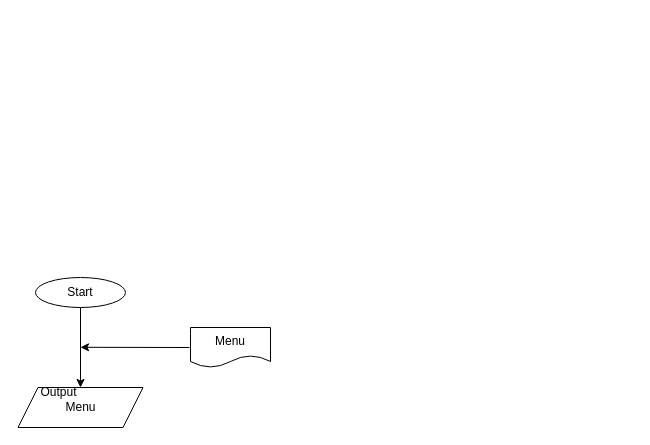
The draw.io diagram page "Page-2" (2 of 2) of Submission/sec02/Tupperware/classDiagram.drawio in jjn7702/SECJ2013-DSA, before the edit. Source tidied: cells renumbered, new cells numbered last; positions are measured from the earlier drawing's top-left corner, leaving out a move shared by most shapes. Both pictures are drawn from the tidied source at 100%, with x=0, y=0 at pixel (17, 277).
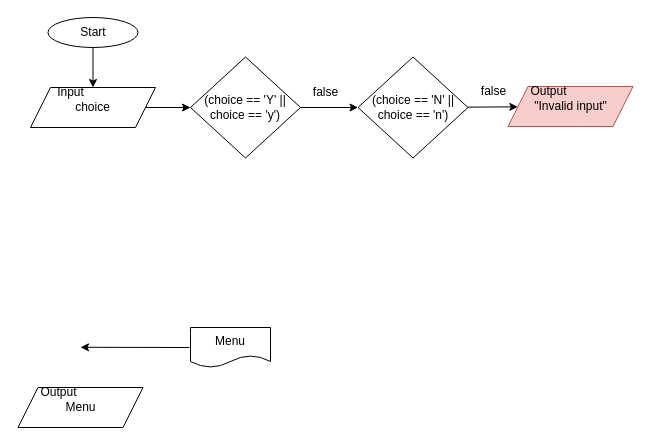
After the change.

Unchanged cells that the change refers to:
```xml
<mxCell id="5" value="Menu" style="shape=parallelogram;perimeter=parallelogramPerimeter;whiteSpace=wrap;html=1;fixedSize=1;fontColor=#000000;" parent="4" vertex="1">
  <mxGeometry y="10" width="125" height="40" as="geometry" />
</mxCell>
```

What changed in the source:
```diff
@@
-    <mxCell id="2" style="edgeStyle=none;html=1;exitX=0.5;exitY=1;exitDx=0;exitDy=0;fontColor=#000000;" parent="1" edge="1" source="3" target="5">
+    <mxCell id="2" style="edgeStyle=none;html=1;exitX=0.5;exitY=1;exitDx=0;exitDy=0;fontColor=#000000;" parent="1" edge="1" source="3" target="10">
       <mxGeometry relative="1" as="geometry" />
     </mxCell>
     <mxCell id="3" value="Start" style="ellipse;whiteSpace=wrap;html=1;fontColor=#000000;" parent="1" vertex="1">
-      <mxGeometry x="18" width="90" height="30" as="geometry" />
+      <mxGeometry x="30.5" y="-260" width="90" height="30" as="geometry" />
     </mxCell>
@@
+    <mxCell id="9" style="group;" parent="1" vertex="1">
+      <mxGeometry x="13" y="-200" width="125" height="50" as="geometry" />
+    </mxCell>
+    <mxCell id="10" value="choice" style="shape=parallelogram;perimeter=parallelogramPerimeter;whiteSpace=wrap;html=1;fixedSize=1;fontColor=#000000;" parent="9" vertex="1">
+      <mxGeometry y="10" width="125" height="40" as="geometry" />
+    </mxCell>
+    <mxCell id="11" value="Input" style="text;html=1;align=center;verticalAlign=middle;strokeColor=none;fillColor=none;fontColor=#000000;" parent="9" vertex="1">
+      <mxGeometry x="15" width="50" height="30" as="geometry" />
+    </mxCell>
+    <mxCell id="12" style="edgeStyle=none;html=1;fontColor=#000000;" parent="1" edge="1" source="13" target="16">
+      <mxGeometry relative="1" as="geometry" />
+    </mxCell>
+    <mxCell id="13" value="(choice == 'Y' || choice == 'y')" style="rhombus;whiteSpace=wrap;html=1;fontColor=#000000;" parent="1" vertex="1">
+      <mxGeometry x="173" y="-220.5" width="110" height="101" as="geometry" />
+    </mxCell>
+    <mxCell id="14" style="edgeStyle=none;html=1;fontColor=#000000;" parent="1" edge="1" source="10" target="13">
+      <mxGeometry relative="1" as="geometry" />
+    </mxCell>
+    <mxCell id="15" style="edgeStyle=none;html=1;fontColor=#000000;" parent="1" edge="1" source="16" target="19">
+      <mxGeometry relative="1" as="geometry" />
+    </mxCell>
+    <mxCell id="16" value="(choice == 'N' || choice == 'n')" style="rhombus;whiteSpace=wrap;html=1;fontColor=#000000;" parent="1" vertex="1">
+      <mxGeometry x="340.5" y="-220.5" width="110" height="101" as="geometry" />
+    </mxCell>
+    <mxCell id="17" value="false" style="text;html=1;align=center;verticalAlign=middle;strokeColor=none;fillColor=none;fontColor=#000000;" parent="1" vertex="1">
+      <mxGeometry x="283" y="-200" width="50" height="30" as="geometry" />
+    </mxCell>
+    <mxCell id="18" style="group;" parent="1" vertex="1">
+      <mxGeometry x="490.5" y="-201" width="125" height="50" as="geometry" />
+    </mxCell>
+    <mxCell id="19" value="&quot;Invalid input&quot;" style="shape=parallelogram;perimeter=parallelogramPerimeter;whiteSpace=wrap;html=1;fixedSize=1;fillColor=#f8cecc;strokeColor=#b85450;" parent="18" vertex="1">
+      <mxGeometry y="10" width="125" height="40" as="geometry" />
+    </mxCell>
+    <mxCell id="20" value="Output" style="text;html=1;align=center;verticalAlign=middle;strokeColor=none;fillColor=none;fontColor=#000000;" parent="18" vertex="1">
+      <mxGeometry x="10" width="60" height="30" as="geometry" />
+    </mxCell>
+    <mxCell id="21" value="false" style="text;html=1;align=center;verticalAlign=middle;strokeColor=none;fillColor=none;fontColor=#000000;" parent="1" vertex="1">
+      <mxGeometry x="450.5" y="-201" width="50" height="30" as="geometry" />
+    </mxCell>
```
